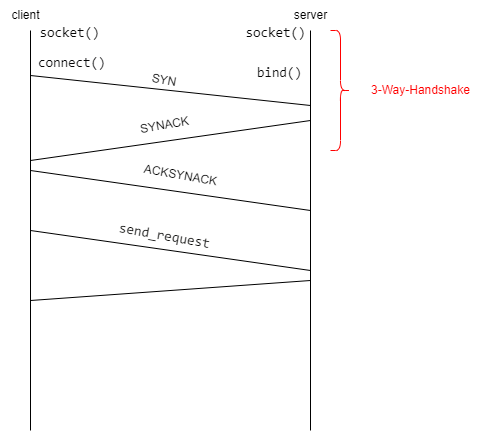
This is documenti/funizonamento.png from sonMassimo1/UDP-GBN, a draw.io export, as it was before one commit. Source tidied: cells renumbered, new cells last; positions are measured from the earlier drawing's top-left corner, leaving out a move shared by most shapes. Source of this version:
```xml
<mxGraphModel>
  <root>
    <mxCell id="0" />
    <mxCell id="1" parent="0" />
    <mxCell id="2" style="endArrow=none;html=1;rounded=0;" parent="1" edge="1">
      <mxGeometry relative="1" as="geometry">
        <mxPoint x="30" y="430" as="sourcePoint" />
        <mxPoint x="30" y="30" as="targetPoint" />
      </mxGeometry>
    </mxCell>
    <mxCell id="3" style="endArrow=none;html=1;rounded=0;" parent="1" edge="1">
      <mxGeometry relative="1" as="geometry">
        <mxPoint x="310" y="430" as="sourcePoint" />
        <mxPoint x="310" y="30" as="targetPoint" />
      </mxGeometry>
    </mxCell>
    <mxCell id="4" style="endArrow=none;html=1;rounded=0;" parent="1" edge="1">
      <mxGeometry relative="1" as="geometry">
        <mxPoint x="30" y="75" as="sourcePoint" />
        <mxPoint x="310" y="105" as="targetPoint" />
      </mxGeometry>
    </mxCell>
    <mxCell id="5" value="SYN" style="text;html=1;strokeColor=none;fillColor=none;align=center;verticalAlign=middle;whiteSpace=wrap;rounded=0;rotation=10;" parent="1" vertex="1">
      <mxGeometry x="114" y="70" width="100" height="20" as="geometry" />
    </mxCell>
    <mxCell id="6" style="endArrow=none;html=1;rounded=0;" parent="1" edge="1">
      <mxGeometry relative="1" as="geometry">
        <mxPoint x="30" y="160" as="sourcePoint" />
        <mxPoint x="310" y="120" as="targetPoint" />
      </mxGeometry>
    </mxCell>
    <mxCell id="7" style="endArrow=none;html=1;rounded=0;" parent="1" edge="1">
      <mxGeometry relative="1" as="geometry">
        <mxPoint x="30" y="170" as="sourcePoint" />
        <mxPoint x="310" y="210" as="targetPoint" />
      </mxGeometry>
    </mxCell>
    <mxCell id="8" value="SYNACK" style="text;html=1;align=center;verticalAlign=middle;strokeColor=none;fillColor=none;rotation=-10;" parent="1" vertex="1">
      <mxGeometry x="129" y="110" width="70" height="30" as="geometry" />
    </mxCell>
    <mxCell id="9" value="ACKSYNACK" style="text;html=1;align=center;verticalAlign=middle;strokeColor=none;fillColor=none;rotation=10;" parent="1" vertex="1">
      <mxGeometry x="130" y="160" width="100" height="30" as="geometry" />
    </mxCell>
    <mxCell id="10" style="shape=curlyBracket;whiteSpace=wrap;html=1;rounded=1;flipH=1;labelPosition=right;verticalLabelPosition=middle;align=left;verticalAlign=middle;fontColor=none;labelBackgroundColor=none;labelBorderColor=none;noLabel=1;strokeColor=#FF0000;" parent="1" vertex="1">
      <mxGeometry x="330" y="30" width="20" height="120" as="geometry" />
    </mxCell>
    <mxCell id="11" value="3-Way-Handshake" style="text;html=1;align=center;verticalAlign=middle;strokeColor=none;fillColor=none;fontColor=#FF0000;" parent="1" vertex="1">
      <mxGeometry x="360" y="75" width="120" height="30" as="geometry" />
    </mxCell>
    <mxCell id="12" value="client" style="text;html=1;align=center;verticalAlign=middle;strokeColor=none;fillColor=none;fontColor=none;" parent="1" vertex="1">
      <mxGeometry width="50" height="30" as="geometry" />
    </mxCell>
    <mxCell id="13" value="server" style="text;html=1;align=center;verticalAlign=middle;strokeColor=none;fillColor=none;fontColor=none;" parent="1" vertex="1">
      <mxGeometry x="280" width="60" height="30" as="geometry" />
    </mxCell>
    <mxCell id="14" value="&lt;pre style=&quot;box-sizing: border-box; font-family: ui-monospace, SFMono-Regular, &amp;quot;SF Mono&amp;quot;, Menlo, Consolas, &amp;quot;Liberation Mono&amp;quot;, monospace; font-size: 13.6px; margin-top: 0px; margin-bottom: 16px; overflow-wrap: normal; padding: 16px; overflow: auto; line-height: 1.45; background-color: var(--color-canvas-subtle); border-radius: 6px; text-align: start;&quot; class=&quot;notranslate&quot;&gt;&lt;code style=&quot;box-sizing: border-box; font-family: ui-monospace, SFMono-Regular, &amp;quot;SF Mono&amp;quot;, Menlo, Consolas, &amp;quot;Liberation Mono&amp;quot;, monospace; font-size: 13.6px; padding: 0px; margin: 0px; background: transparent; border-radius: 6px; word-break: normal; border: 0px; display: inline; overflow: visible; line-height: inherit; overflow-wrap: normal;&quot;&gt;&lt;font color=&quot;#050505&quot;&gt;socket()&lt;/font&gt;&lt;/code&gt;&lt;/pre&gt;" style="text;html=1;align=center;verticalAlign=middle;strokeColor=none;fillColor=none;fontColor=none;" parent="1" vertex="1">
      <mxGeometry x="215" width="120" height="80" as="geometry" />
    </mxCell>
    <mxCell id="15" value="&lt;pre style=&quot;box-sizing: border-box; font-family: ui-monospace, SFMono-Regular, &amp;quot;SF Mono&amp;quot;, Menlo, Consolas, &amp;quot;Liberation Mono&amp;quot;, monospace; font-size: 13.6px; margin-top: 0px; margin-bottom: 16px; overflow-wrap: normal; padding: 16px; overflow: auto; line-height: 1.45; background-color: var(--color-canvas-subtle); border-radius: 6px; text-align: start;&quot; class=&quot;notranslate&quot;&gt;&lt;code style=&quot;box-sizing: border-box; font-family: ui-monospace, SFMono-Regular, &amp;quot;SF Mono&amp;quot;, Menlo, Consolas, &amp;quot;Liberation Mono&amp;quot;, monospace; font-size: 13.6px; padding: 0px; margin: 0px; background: transparent; border-radius: 6px; word-break: normal; border: 0px; display: inline; overflow: visible; line-height: inherit; overflow-wrap: normal;&quot;&gt; bind()&lt;/code&gt;&lt;/pre&gt;" style="text;html=1;align=center;verticalAlign=middle;strokeColor=none;fillColor=none;fontColor=#050505;" parent="1" vertex="1">
      <mxGeometry x="220" y="40" width="110" height="80" as="geometry" />
    </mxCell>
    <mxCell id="16" value="&lt;pre style=&quot;box-sizing: border-box; font-family: ui-monospace, SFMono-Regular, &amp;quot;SF Mono&amp;quot;, Menlo, Consolas, &amp;quot;Liberation Mono&amp;quot;, monospace; font-size: 13.6px; margin-top: 0px; margin-bottom: 16px; overflow-wrap: normal; padding: 16px; overflow: auto; line-height: 1.45; background-color: var(--color-canvas-subtle); border-radius: 6px; text-align: start;&quot; class=&quot;notranslate&quot;&gt;&lt;code style=&quot;box-sizing: border-box; font-family: ui-monospace, SFMono-Regular, &amp;quot;SF Mono&amp;quot;, Menlo, Consolas, &amp;quot;Liberation Mono&amp;quot;, monospace; font-size: 13.6px; padding: 0px; margin: 0px; background: transparent; border-radius: 6px; word-break: normal; border: 0px; display: inline; overflow: visible; line-height: inherit; overflow-wrap: normal;&quot;&gt;&lt;font color=&quot;#050505&quot;&gt;socket()&lt;/font&gt;&lt;/code&gt;&lt;/pre&gt;" style="text;html=1;align=center;verticalAlign=middle;strokeColor=none;fillColor=none;fontColor=none;" parent="1" vertex="1">
      <mxGeometry x="9" width="120" height="80" as="geometry" />
    </mxCell>
    <mxCell id="17" value="&lt;pre style=&quot;box-sizing: border-box; font-family: ui-monospace, SFMono-Regular, &amp;quot;SF Mono&amp;quot;, Menlo, Consolas, &amp;quot;Liberation Mono&amp;quot;, monospace; font-size: 13.6px; margin-top: 0px; margin-bottom: 16px; overflow-wrap: normal; padding: 16px; overflow: auto; line-height: 1.45; background-color: var(--color-canvas-subtle); border-radius: 6px; text-align: start;&quot; class=&quot;notranslate&quot;&gt;&lt;code style=&quot;box-sizing: border-box; font-family: ui-monospace, SFMono-Regular, &amp;quot;SF Mono&amp;quot;, Menlo, Consolas, &amp;quot;Liberation Mono&amp;quot;, monospace; font-size: 13.6px; padding: 0px; margin: 0px; background: transparent; border-radius: 6px; word-break: normal; border: 0px; display: inline; overflow: visible; line-height: inherit; overflow-wrap: normal;&quot;&gt;&lt;font color=&quot;#070708&quot;&gt; connect()  &lt;/font&gt;&lt;/code&gt;&lt;/pre&gt;" style="text;html=1;align=center;verticalAlign=middle;strokeColor=none;fillColor=none;fontColor=#050505;labelBackgroundColor=none;labelBorderColor=none;" parent="1" vertex="1">
      <mxGeometry y="30" width="150" height="80" as="geometry" />
    </mxCell>
    <mxCell id="18" style="endArrow=none;html=1;rounded=0;fontColor=#070708;" parent="1" edge="1">
      <mxGeometry relative="1" as="geometry">
        <mxPoint x="30" y="230" as="sourcePoint" />
        <mxPoint x="310" y="270" as="targetPoint" />
      </mxGeometry>
    </mxCell>
    <mxCell id="19" value="&lt;div style=&quot;font-family: Consolas, &amp;quot;Courier New&amp;quot;, monospace; font-size: 14px; line-height: 19px;&quot;&gt;&lt;font style=&quot;background-color: rgb(255, 255, 255);&quot; color=&quot;#050504&quot;&gt;send_request&lt;/font&gt;&lt;/div&gt;" style="text;html=1;align=center;verticalAlign=middle;strokeColor=none;fillColor=none;fontColor=#070708;rotation=10;" parent="1" vertex="1">
      <mxGeometry x="104" y="220" width="120" height="30" as="geometry" />
    </mxCell>
    <mxCell id="20" style="endArrow=none;html=1;rounded=0;fontColor=#050504;" parent="1" edge="1">
      <mxGeometry relative="1" as="geometry">
        <mxPoint x="30" y="300" as="sourcePoint" />
        <mxPoint x="310" y="280" as="targetPoint" />
      </mxGeometry>
    </mxCell>
  </root>
</mxGraphModel>
```
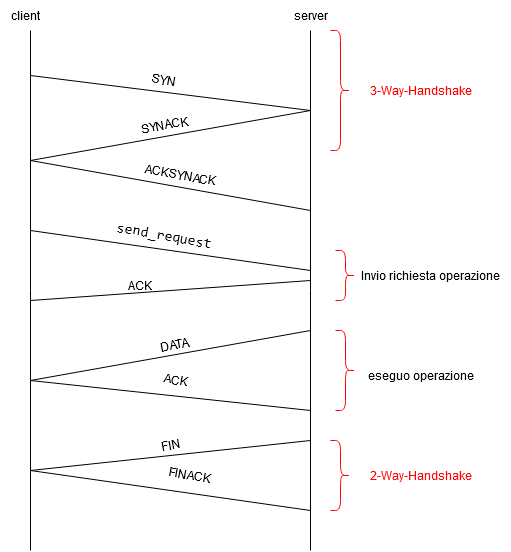
The same file after the commit.

Diff of the diagram source:
```diff
@@ -4,20 +4,20 @@
     <mxCell id="1" parent="0" />
     <mxCell id="2" style="endArrow=none;html=1;rounded=0;" parent="1" edge="1">
       <mxGeometry relative="1" as="geometry">
-        <mxPoint x="30" y="430" as="sourcePoint" />
+        <mxPoint x="30" y="550" as="sourcePoint" />
         <mxPoint x="30" y="30" as="targetPoint" />
       </mxGeometry>
     </mxCell>
     <mxCell id="3" style="endArrow=none;html=1;rounded=0;" parent="1" edge="1">
       <mxGeometry relative="1" as="geometry">
-        <mxPoint x="310" y="430" as="sourcePoint" />
+        <mxPoint x="310" y="550" as="sourcePoint" />
         <mxPoint x="310" y="30" as="targetPoint" />
       </mxGeometry>
     </mxCell>
     <mxCell id="4" style="endArrow=none;html=1;rounded=0;" parent="1" edge="1">
       <mxGeometry relative="1" as="geometry">
         <mxPoint x="30" y="75" as="sourcePoint" />
-        <mxPoint x="310" y="105" as="targetPoint" />
+        <mxPoint x="310" y="110" as="targetPoint" />
       </mxGeometry>
     </mxCell>
     <mxCell id="5" value="SYN" style="text;html=1;strokeColor=none;fillColor=none;align=center;verticalAlign=middle;whiteSpace=wrap;rounded=0;rotation=10;" parent="1" vertex="1">
@@ -26,12 +26,12 @@
     <mxCell id="6" style="endArrow=none;html=1;rounded=0;" parent="1" edge="1">
       <mxGeometry relative="1" as="geometry">
         <mxPoint x="30" y="160" as="sourcePoint" />
-        <mxPoint x="310" y="120" as="targetPoint" />
+        <mxPoint x="310" y="110" as="targetPoint" />
       </mxGeometry>
     </mxCell>
     <mxCell id="7" style="endArrow=none;html=1;rounded=0;" parent="1" edge="1">
       <mxGeometry relative="1" as="geometry">
-        <mxPoint x="30" y="170" as="sourcePoint" />
+        <mxPoint x="30" y="160" as="sourcePoint" />
         <mxPoint x="310" y="210" as="targetPoint" />
       </mxGeometry>
     </mxCell>
@@ -53,18 +53,6 @@
     <mxCell id="13" value="server" style="text;html=1;align=center;verticalAlign=middle;strokeColor=none;fillColor=none;fontColor=none;" parent="1" vertex="1">
       <mxGeometry x="280" width="60" height="30" as="geometry" />
     </mxCell>
-    <mxCell id="14" value="&lt;pre style=&quot;box-sizing: border-box; font-family: ui-monospace, SFMono-Regular, &amp;quot;SF Mono&amp;quot;, Menlo, Consolas, &amp;quot;Liberation Mono&amp;quot;, monospace; font-size: 13.6px; margin-top: 0px; margin-bottom: 16px; overflow-wrap: normal; padding: 16px; overflow: auto; line-height: 1.45; background-color: var(--color-canvas-subtle); border-radius: 6px; text-align: start;&quot; class=&quot;notranslate&quot;&gt;&lt;code style=&quot;box-sizing: border-box; font-family: ui-monospace, SFMono-Regular, &amp;quot;SF Mono&amp;quot;, Menlo, Consolas, &amp;quot;Liberation Mono&amp;quot;, monospace; font-size: 13.6px; padding: 0px; margin: 0px; background: transparent; border-radius: 6px; word-break: normal; border: 0px; display: inline; overflow: visible; line-height: inherit; overflow-wrap: normal;&quot;&gt;&lt;font color=&quot;#050505&quot;&gt;socket()&lt;/font&gt;&lt;/code&gt;&lt;/pre&gt;" style="text;html=1;align=center;verticalAlign=middle;strokeColor=none;fillColor=none;fontColor=none;" parent="1" vertex="1">
-      <mxGeometry x="215" width="120" height="80" as="geometry" />
-    </mxCell>
-    <mxCell id="15" value="&lt;pre style=&quot;box-sizing: border-box; font-family: ui-monospace, SFMono-Regular, &amp;quot;SF Mono&amp;quot;, Menlo, Consolas, &amp;quot;Liberation Mono&amp;quot;, monospace; font-size: 13.6px; margin-top: 0px; margin-bottom: 16px; overflow-wrap: normal; padding: 16px; overflow: auto; line-height: 1.45; background-color: var(--color-canvas-subtle); border-radius: 6px; text-align: start;&quot; class=&quot;notranslate&quot;&gt;&lt;code style=&quot;box-sizing: border-box; font-family: ui-monospace, SFMono-Regular, &amp;quot;SF Mono&amp;quot;, Menlo, Consolas, &amp;quot;Liberation Mono&amp;quot;, monospace; font-size: 13.6px; padding: 0px; margin: 0px; background: transparent; border-radius: 6px; word-break: normal; border: 0px; display: inline; overflow: visible; line-height: inherit; overflow-wrap: normal;&quot;&gt; bind()&lt;/code&gt;&lt;/pre&gt;" style="text;html=1;align=center;verticalAlign=middle;strokeColor=none;fillColor=none;fontColor=#050505;" parent="1" vertex="1">
-      <mxGeometry x="220" y="40" width="110" height="80" as="geometry" />
-    </mxCell>
-    <mxCell id="16" value="&lt;pre style=&quot;box-sizing: border-box; font-family: ui-monospace, SFMono-Regular, &amp;quot;SF Mono&amp;quot;, Menlo, Consolas, &amp;quot;Liberation Mono&amp;quot;, monospace; font-size: 13.6px; margin-top: 0px; margin-bottom: 16px; overflow-wrap: normal; padding: 16px; overflow: auto; line-height: 1.45; background-color: var(--color-canvas-subtle); border-radius: 6px; text-align: start;&quot; class=&quot;notranslate&quot;&gt;&lt;code style=&quot;box-sizing: border-box; font-family: ui-monospace, SFMono-Regular, &amp;quot;SF Mono&amp;quot;, Menlo, Consolas, &amp;quot;Liberation Mono&amp;quot;, monospace; font-size: 13.6px; padding: 0px; margin: 0px; background: transparent; border-radius: 6px; word-break: normal; border: 0px; display: inline; overflow: visible; line-height: inherit; overflow-wrap: normal;&quot;&gt;&lt;font color=&quot;#050505&quot;&gt;socket()&lt;/font&gt;&lt;/code&gt;&lt;/pre&gt;" style="text;html=1;align=center;verticalAlign=middle;strokeColor=none;fillColor=none;fontColor=none;" parent="1" vertex="1">
-      <mxGeometry x="9" width="120" height="80" as="geometry" />
-    </mxCell>
-    <mxCell id="17" value="&lt;pre style=&quot;box-sizing: border-box; font-family: ui-monospace, SFMono-Regular, &amp;quot;SF Mono&amp;quot;, Menlo, Consolas, &amp;quot;Liberation Mono&amp;quot;, monospace; font-size: 13.6px; margin-top: 0px; margin-bottom: 16px; overflow-wrap: normal; padding: 16px; overflow: auto; line-height: 1.45; background-color: var(--color-canvas-subtle); border-radius: 6px; text-align: start;&quot; class=&quot;notranslate&quot;&gt;&lt;code style=&quot;box-sizing: border-box; font-family: ui-monospace, SFMono-Regular, &amp;quot;SF Mono&amp;quot;, Menlo, Consolas, &amp;quot;Liberation Mono&amp;quot;, monospace; font-size: 13.6px; padding: 0px; margin: 0px; background: transparent; border-radius: 6px; word-break: normal; border: 0px; display: inline; overflow: visible; line-height: inherit; overflow-wrap: normal;&quot;&gt;&lt;font color=&quot;#070708&quot;&gt; connect()  &lt;/font&gt;&lt;/code&gt;&lt;/pre&gt;" style="text;html=1;align=center;verticalAlign=middle;strokeColor=none;fillColor=none;fontColor=#050505;labelBackgroundColor=none;labelBorderColor=none;" parent="1" vertex="1">
-      <mxGeometry y="30" width="150" height="80" as="geometry" />
-    </mxCell>
     <mxCell id="18" style="endArrow=none;html=1;rounded=0;fontColor=#070708;" parent="1" edge="1">
       <mxGeometry relative="1" as="geometry">
         <mxPoint x="30" y="230" as="sourcePoint" />
@@ -80,5 +68,62 @@
         <mxPoint x="310" y="280" as="targetPoint" />
       </mxGeometry>
     </mxCell>
+    <mxCell id="21" value="ACK" style="text;html=1;align=center;verticalAlign=middle;strokeColor=none;fillColor=none;" parent="1" vertex="1">
+      <mxGeometry x="114" y="270" width="50" height="30" as="geometry" />
+    </mxCell>
+    <mxCell id="22" style="shape=curlyBracket;whiteSpace=wrap;html=1;rounded=1;flipH=1;labelPosition=right;verticalLabelPosition=middle;align=left;verticalAlign=middle;fontColor=none;labelBackgroundColor=none;labelBorderColor=none;noLabel=1;strokeColor=#FF0000;" parent="1" vertex="1">
+      <mxGeometry x="335" y="250" width="20" height="50" as="geometry" />
+    </mxCell>
+    <mxCell id="23" value="Invio richiesta operazione" style="text;html=1;align=center;verticalAlign=middle;strokeColor=none;fillColor=none;" parent="1" vertex="1">
+      <mxGeometry x="350" y="260" width="160" height="30" as="geometry" />
+    </mxCell>
+    <mxCell id="24" style="shape=curlyBracket;whiteSpace=wrap;html=1;rounded=1;flipH=1;labelPosition=right;verticalLabelPosition=middle;align=left;verticalAlign=middle;fontColor=none;labelBackgroundColor=none;labelBorderColor=none;noLabel=1;strokeColor=#FF0000;" parent="1" vertex="1">
+      <mxGeometry x="335" y="330" width="20" height="80" as="geometry" />
+    </mxCell>
+    <mxCell id="25" value="eseguo operazione" style="text;html=1;align=center;verticalAlign=middle;strokeColor=none;fillColor=none;" parent="1" vertex="1">
+      <mxGeometry x="355" y="360" width="130" height="30" as="geometry" />
+    </mxCell>
+    <mxCell id="26" style="endArrow=none;html=1;rounded=0;" parent="1" edge="1">
+      <mxGeometry relative="1" as="geometry">
+        <mxPoint x="30" y="470" as="sourcePoint" />
+        <mxPoint x="310" y="440" as="targetPoint" />
+      </mxGeometry>
+    </mxCell>
+    <mxCell id="27" style="endArrow=none;html=1;rounded=0;" parent="1" edge="1">
+      <mxGeometry relative="1" as="geometry">
+        <mxPoint x="30" y="470" as="sourcePoint" />
+        <mxPoint x="310" y="510" as="targetPoint" />
+      </mxGeometry>
+    </mxCell>
+    <mxCell id="28" value="FIN" style="text;html=1;align=center;verticalAlign=middle;strokeColor=none;fillColor=none;rotation=-10;" parent="1" vertex="1">
+      <mxGeometry x="150" y="430" width="40" height="30" as="geometry" />
+    </mxCell>
+    <mxCell id="29" value="FINACK" style="text;html=1;align=center;verticalAlign=middle;strokeColor=none;fillColor=none;rotation=10;" parent="1" vertex="1">
+      <mxGeometry x="154" y="460" width="70" height="30" as="geometry" />
+    </mxCell>
+    <mxCell id="30" style="endArrow=none;html=1;rounded=0;" parent="1" edge="1">
+      <mxGeometry relative="1" as="geometry">
+        <mxPoint x="30" y="380" as="sourcePoint" />
+        <mxPoint x="310" y="330" as="targetPoint" />
+      </mxGeometry>
+    </mxCell>
+    <mxCell id="31" value="DATA" style="text;html=1;align=center;verticalAlign=middle;strokeColor=none;fillColor=none;rotation=-10;" parent="1" vertex="1">
+      <mxGeometry x="149" y="330" width="50" height="30" as="geometry" />
+    </mxCell>
+    <mxCell id="32" style="endArrow=none;html=1;rounded=0;" parent="1" edge="1">
+      <mxGeometry relative="1" as="geometry">
+        <mxPoint x="30" y="380" as="sourcePoint" />
+        <mxPoint x="310" y="410" as="targetPoint" />
+      </mxGeometry>
+    </mxCell>
+    <mxCell id="33" value="ACK" style="text;html=1;align=center;verticalAlign=middle;strokeColor=none;fillColor=none;rotation=10;" parent="1" vertex="1">
+      <mxGeometry x="150" y="365" width="50" height="30" as="geometry" />
+    </mxCell>
+    <mxCell id="34" style="shape=curlyBracket;whiteSpace=wrap;html=1;rounded=1;flipH=1;labelPosition=right;verticalLabelPosition=middle;align=left;verticalAlign=middle;fontColor=none;labelBackgroundColor=none;labelBorderColor=none;noLabel=1;strokeColor=#FF0000;size=0.5;" parent="1" vertex="1">
+      <mxGeometry x="330" y="440" width="20" height="70" as="geometry" />
+    </mxCell>
+    <mxCell id="35" value="&lt;font color=&quot;#FF0505&quot;&gt;2-Way-Handshake&lt;/font&gt;" style="text;html=1;align=center;verticalAlign=middle;strokeColor=none;fillColor=none;" parent="1" vertex="1">
+      <mxGeometry x="355" y="460" width="130" height="30" as="geometry" />
+    </mxCell>
   </root>
 </mxGraphModel>
```
